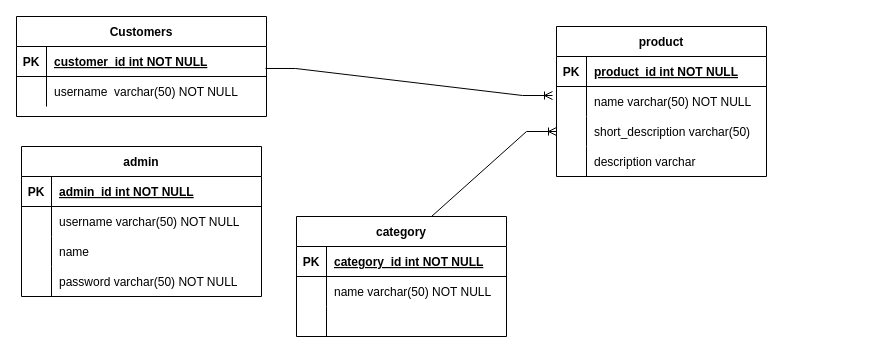
Earlier version of the draw.io diagram ecommerce.drawio (dcv-k/drawio). Source tidied: cells renumbered, new cells numbered last; positions are measured from the earlier drawing's top-left corner, leaving out a move shared by most shapes. Both pictures are drawn from the tidied source at 100%, with x=0, y=0 at pixel (16, 16).
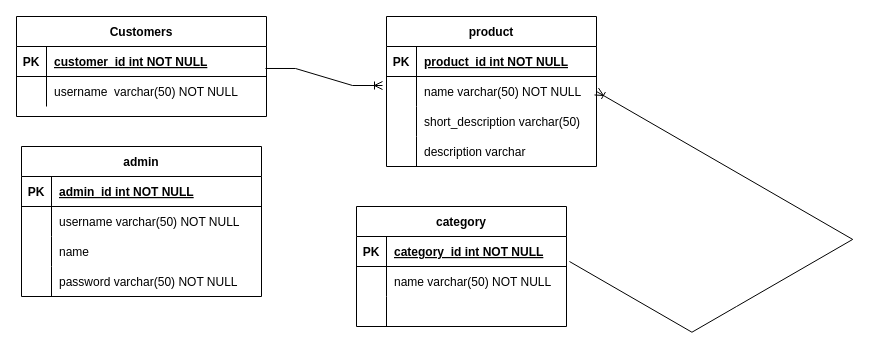
The same page after the edit.

Unchanged cells that the change refers to:
```xml
<mxCell id="13" style="shape=tableRow;horizontal=0;startSize=0;swimlaneHead=0;swimlaneBody=0;fillColor=none;points=[[0,0.5],[1,0.5]];portConstraint=eastwest;top=0;left=0;right=0;bottom=0;" parent="9" vertex="1">
  <mxGeometry y="60" width="210" height="30" as="geometry" />
</mxCell>
<mxCell id="16" style="shape=tableRow;horizontal=0;startSize=0;swimlaneHead=0;swimlaneBody=0;fillColor=none;points=[[0,0.5],[1,0.5]];portConstraint=eastwest;top=0;left=0;right=0;bottom=0;" parent="9" vertex="1">
  <mxGeometry y="90" width="210" height="30" as="geometry" />
</mxCell>
<mxCell id="37" style="shape=tableRow;horizontal=0;startSize=0;swimlaneHead=0;swimlaneBody=0;fillColor=none;points=[[0,0.5],[1,0.5]];portConstraint=eastwest;top=0;left=0;right=0;bottom=1;" parent="36" vertex="1">
  <mxGeometry y="30" width="210" height="30" as="geometry" />
</mxCell>
```

Diff of the diagram source:
```diff
@@
     <mxCell id="9" value="product" style="shape=table;startSize=30;childLayout=tableLayout;rowLines=0;fontStyle=1;align=center;" parent="1" vertex="1">
-      <mxGeometry x="540" y="10" width="210" height="150" as="geometry" />
+      <mxGeometry x="370" width="210" height="150" as="geometry" />
     </mxCell>
@@
     <mxCell id="36" value="category" style="shape=table;startSize=30;childLayout=tableLayout;rowLines=0;fontStyle=1;align=center;" parent="1" vertex="1">
-      <mxGeometry x="280" y="200" width="210" height="120" as="geometry" />
+      <mxGeometry x="340" y="190" width="210" height="120" as="geometry" />
     </mxCell>
@@
-    <mxCell id="46" style="edgeStyle=entityRelationEdgeStyle;fontSize=12;html=1;endArrow=ERoneToMany;rounded=0;entryX=0;entryY=0.5;entryDx=0;entryDy=0;exitX=0.5;exitY=0;exitDx=0;exitDy=0;" parent="1" edge="1" source="36" target="16">
-      <mxGeometry relative="1" as="geometry" />
-    </mxCell>
+    <mxCell id="47" style="fontSize=12;html=1;endArrow=ERoneToMany;rounded=0;entryX=1;entryY=0.5;entryDx=0;entryDy=0;exitX=1.014;exitY=0.833;exitDx=0;exitDy=0;exitPerimeter=0;edgeStyle=isometricEdgeStyle;elbow=vertical;" parent="1" edge="1" source="37" target="13">
+      <mxGeometry relative="1" as="geometry">
+        <Array as="points">
+          <mxPoint x="720" y="290" />
+        </Array>
+      </mxGeometry>
+    </mxCell>
```
